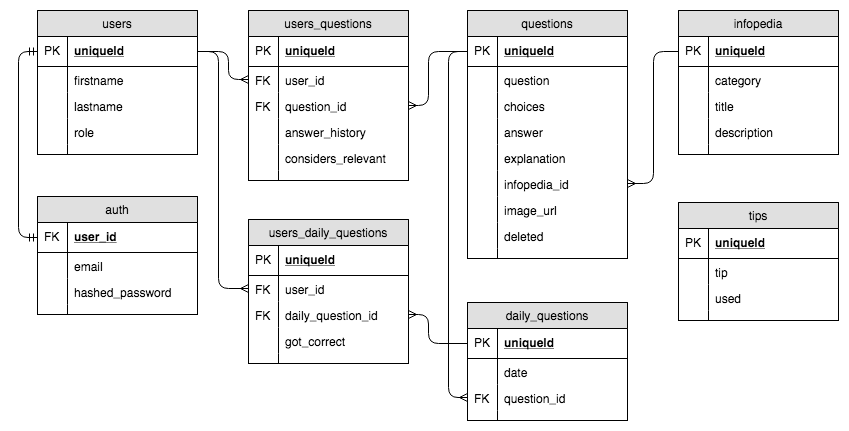
KevinUSCU/quoi-server keeps this draw.io diagram as db/quoi-erd.png. Above is the earlier version. Source tidied: cells renumbered, new cells last; positions are measured from the earlier drawing's top-left corner, leaving out a move shared by most shapes.
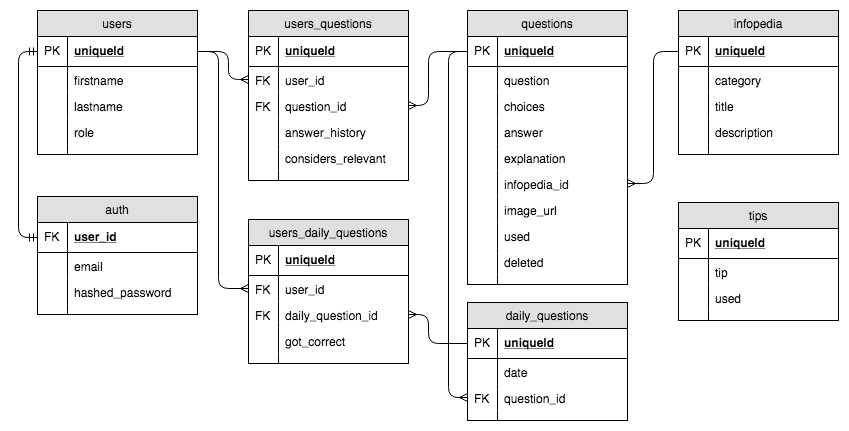
The same diagram one commit later.

Commit message:
Fix missing used column on 'questions' table.

Diff of the diagram source:
```diff
@@ -36,7 +36,7 @@
       <mxGeometry width="30" height="10" as="geometry" />
     </mxCell>
     <mxCell id="13" value="questions" style="swimlane;fontStyle=0;horizontal=1;startSize=26;fillColor=#e0e0e0;swimlaneFillColor=#ffffff;align=center;" parent="1" vertex="1">
-      <mxGeometry x="449" width="160" height="248" as="geometry" />
+      <mxGeometry x="449" width="160" height="274" as="geometry" />
     </mxCell>
     <mxCell id="14" value="uniqueId" style="shape=partialRectangle;top=0;left=0;right=0;bottom=1;align=left;verticalAlign=middle;fillColor=none;spacingLeft=34;spacingRight=4;overflow=hidden;points=[[0,0.5],[1,0.5]];portConstraint=eastwest;fontStyle=5;" parent="13" vertex="1">
       <mxGeometry y="26" width="160" height="30" as="geometry" />
@@ -80,14 +80,20 @@
     <mxCell id="27" style="shape=partialRectangle;top=0;left=0;bottom=0;fillColor=none;align=left;verticalAlign=top;spacingLeft=4;spacingRight=4;overflow=hidden;" parent="26" vertex="1">
       <mxGeometry width="30" height="26" as="geometry" />
     </mxCell>
-    <mxCell id="28" value="deleted" style="shape=partialRectangle;top=0;left=0;right=0;bottom=0;align=left;verticalAlign=top;fillColor=none;spacingLeft=34;spacingRight=4;overflow=hidden;" parent="13" vertex="1">
+    <mxCell id="28" value="used" style="shape=partialRectangle;top=0;left=0;right=0;bottom=0;align=left;verticalAlign=top;fillColor=none;spacingLeft=34;spacingRight=4;overflow=hidden;" parent="13" vertex="1">
       <mxGeometry y="212" width="160" height="26" as="geometry" />
     </mxCell>
     <mxCell id="29" style="shape=partialRectangle;top=0;left=0;bottom=0;fillColor=none;align=left;verticalAlign=top;spacingLeft=4;spacingRight=4;overflow=hidden;" parent="28" vertex="1">
       <mxGeometry width="30" height="26" as="geometry" />
     </mxCell>
+    <mxCell id="101" value="deleted" style="shape=partialRectangle;top=0;left=0;right=0;bottom=0;align=left;verticalAlign=top;fillColor=none;spacingLeft=34;spacingRight=4;overflow=hidden;" parent="13" vertex="1">
+      <mxGeometry y="238" width="160" height="26" as="geometry" />
+    </mxCell>
+    <mxCell id="102" style="shape=partialRectangle;top=0;left=0;bottom=0;fillColor=none;align=left;verticalAlign=top;spacingLeft=4;spacingRight=4;overflow=hidden;" parent="101" vertex="1">
+      <mxGeometry width="30" height="26" as="geometry" />
+    </mxCell>
     <mxCell id="30" style="shape=partialRectangle;top=0;left=0;right=0;bottom=0;align=left;verticalAlign=top;fillColor=none;spacingLeft=34;spacingRight=4;overflow=hidden;" parent="13" vertex="1">
-      <mxGeometry y="238" width="160" height="10" as="geometry" />
+      <mxGeometry y="264" width="160" height="10" as="geometry" />
     </mxCell>
     <mxCell id="31" style="shape=partialRectangle;top=0;left=0;bottom=0;fillColor=none;align=left;verticalAlign=top;spacingLeft=4;spacingRight=4;overflow=hidden;" parent="30" vertex="1">
       <mxGeometry width="30" height="10" as="geometry" />
```
